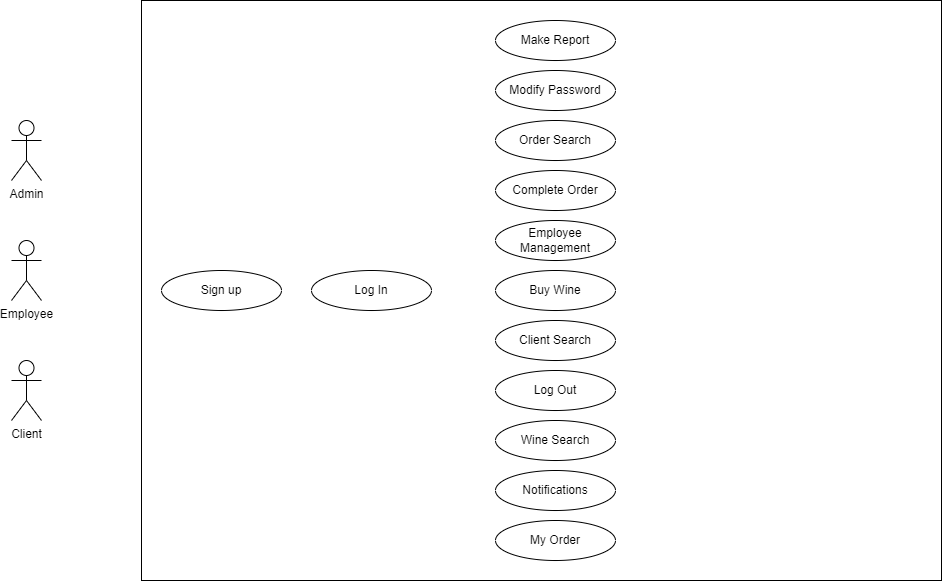
This is Documentazione/Usecase.drawio.png from FedericoRisoli/Assegnamento, a draw.io export, as it was before one commit. Source tidied: cells renumbered, new cells last; positions are measured from the earlier drawing's top-left corner, leaving out a move shared by most shapes.
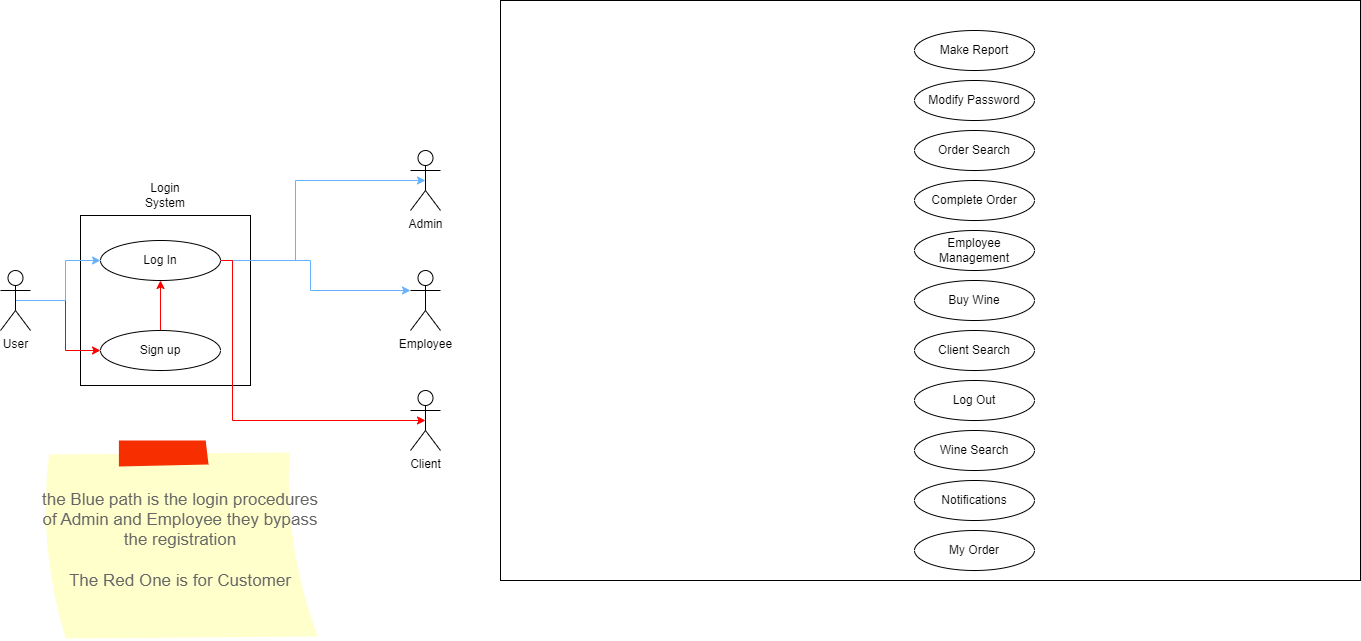
After the change.

The edit, as a diff of the source:
```diff
@@ -2,26 +2,51 @@
   <root>
     <mxCell id="0" />
     <mxCell id="1" parent="0" />
+    <mxCell id="19" style="rounded=0;whiteSpace=wrap;html=1;" parent="1" vertex="1">
+      <mxGeometry x="-350" y="205" width="170" height="170" as="geometry" />
+    </mxCell>
+    <mxCell id="5" style="rounded=0;whiteSpace=wrap;html=1;" parent="1" vertex="1">
+      <mxGeometry x="70" y="-10" width="860" height="580" as="geometry" />
+    </mxCell>
     <mxCell id="2" value="Admin" style="shape=umlActor;verticalLabelPosition=bottom;verticalAlign=top;html=1;outlineConnect=0;" parent="1" vertex="1">
-      <mxGeometry y="120" width="30" height="60" as="geometry" />
+      <mxGeometry x="-20" y="140" width="30" height="60" as="geometry" />
     </mxCell>
     <mxCell id="3" value="Employee" style="shape=umlActor;verticalLabelPosition=bottom;verticalAlign=top;html=1;outlineConnect=0;" parent="1" vertex="1">
-      <mxGeometry y="240" width="30" height="60" as="geometry" />
+      <mxGeometry x="-20" y="260" width="30" height="60" as="geometry" />
     </mxCell>
     <mxCell id="4" value="Client&lt;br&gt;" style="shape=umlActor;verticalLabelPosition=bottom;verticalAlign=top;html=1;outlineConnect=0;" parent="1" vertex="1">
-      <mxGeometry y="360" width="30" height="60" as="geometry" />
+      <mxGeometry x="-20" y="380" width="30" height="60" as="geometry" />
     </mxCell>
-    <mxCell id="5" style="rounded=0;whiteSpace=wrap;html=1;" parent="1" vertex="1">
-      <mxGeometry x="130" width="800" height="580" as="geometry" />
-    </mxCell>
     <mxCell id="6" value="Modify Password" style="ellipse;whiteSpace=wrap;html=1;" parent="1" vertex="1">
       <mxGeometry x="484" y="70" width="120" height="40" as="geometry" />
     </mxCell>
     <mxCell id="7" value="My Order" style="ellipse;whiteSpace=wrap;html=1;" parent="1" vertex="1">
       <mxGeometry x="484" y="520" width="120" height="40" as="geometry" />
     </mxCell>
+    <mxCell id="20" style="edgeStyle=orthogonalEdgeStyle;rounded=0;jettySize=auto;html=1;exitX=1;exitY=0.5;exitDx=0;exitDy=0;entryX=0.5;entryY=0.5;entryDx=0;entryDy=0;entryPerimeter=0;strokeColor=#66B2FF;" parent="1" edge="1" source="8" target="2">
+      <mxGeometry relative="1" as="geometry">
+        <Array as="points">
+          <mxPoint x="-135" y="170" />
+        </Array>
+      </mxGeometry>
+    </mxCell>
+    <mxCell id="21" style="edgeStyle=orthogonalEdgeStyle;rounded=0;jettySize=auto;html=1;exitX=1;exitY=0.5;exitDx=0;exitDy=0;strokeColor=#66B2FF;entryX=0;entryY=0.3333333333333333;entryDx=0;entryDy=0;entryPerimeter=0;" parent="1" edge="1" source="8" target="3">
+      <mxGeometry relative="1" as="geometry">
+        <Array as="points">
+          <mxPoint x="-120" y="250" />
+          <mxPoint x="-120" y="280" />
+        </Array>
+      </mxGeometry>
+    </mxCell>
+    <mxCell id="22" style="edgeStyle=orthogonalEdgeStyle;rounded=0;jettySize=auto;html=1;exitX=1;exitY=0.5;exitDx=0;exitDy=0;entryX=0.5;entryY=0.5;entryDx=0;entryDy=0;entryPerimeter=0;strokeColor=#FF0000;" parent="1" edge="1" source="8" target="4">
+      <mxGeometry relative="1" as="geometry">
+        <Array as="points">
+          <mxPoint x="-198" y="410" />
+        </Array>
+      </mxGeometry>
+    </mxCell>
     <mxCell id="8" value="Log In" style="ellipse;whiteSpace=wrap;html=1;" parent="1" vertex="1">
-      <mxGeometry x="300" y="270" width="120" height="40" as="geometry" />
+      <mxGeometry x="-330" y="230" width="120" height="40" as="geometry" />
     </mxCell>
     <mxCell id="9" value="Wine Search" style="ellipse;whiteSpace=wrap;html=1;" parent="1" vertex="1">
       <mxGeometry x="484" y="420" width="120" height="40" as="geometry" />
@@ -50,8 +75,26 @@
     <mxCell id="17" value="Buy Wine" style="ellipse;whiteSpace=wrap;html=1;" parent="1" vertex="1">
       <mxGeometry x="484" y="270" width="120" height="40" as="geometry" />
     </mxCell>
+    <mxCell id="23" style="edgeStyle=orthogonalEdgeStyle;rounded=0;jettySize=auto;html=1;exitX=0.5;exitY=0;exitDx=0;exitDy=0;strokeColor=#FF0000;" parent="1" edge="1" source="18" target="8">
+      <mxGeometry relative="1" as="geometry" />
+    </mxCell>
     <mxCell id="18" value="Sign up" style="ellipse;whiteSpace=wrap;html=1;" parent="1" vertex="1">
-      <mxGeometry x="150" y="270" width="120" height="40" as="geometry" />
+      <mxGeometry x="-330" y="320" width="120" height="40" as="geometry" />
     </mxCell>
+    <mxCell id="24" style="edgeStyle=orthogonalEdgeStyle;rounded=0;jettySize=auto;html=1;exitX=0.5;exitY=0.5;exitDx=0;exitDy=0;exitPerimeter=0;entryX=0;entryY=0.5;entryDx=0;entryDy=0;strokeColor=#FF0000;" parent="1" edge="1" source="26" target="18">
+      <mxGeometry relative="1" as="geometry" />
+    </mxCell>
+    <mxCell id="25" style="edgeStyle=orthogonalEdgeStyle;rounded=0;jettySize=auto;html=1;exitX=0.5;exitY=0.5;exitDx=0;exitDy=0;exitPerimeter=0;entryX=0;entryY=0.5;entryDx=0;entryDy=0;fillColor=#3399FF;strokeColor=#66B2FF;" parent="1" edge="1" source="26" target="8">
+      <mxGeometry relative="1" as="geometry" />
+    </mxCell>
+    <mxCell id="26" value="User" style="shape=umlActor;verticalLabelPosition=bottom;verticalAlign=top;html=1;outlineConnect=0;" parent="1" vertex="1">
+      <mxGeometry x="-430" y="260" width="30" height="60" as="geometry" />
+    </mxCell>
+    <mxCell id="27" value="Login System" style="text;html=1;strokeColor=none;fillColor=none;align=center;verticalAlign=middle;whiteSpace=wrap;rounded=0;" parent="1" vertex="1">
+      <mxGeometry x="-295" y="170" width="60" height="30" as="geometry" />
+    </mxCell>
+    <mxCell id="28" value="the Blue path is the login procedures of Admin and Employee they bypass the registration&lt;br&gt;&lt;br&gt;The Red One is for Customer" style="strokeWidth=1;shadow=0;dashed=0;align=center;html=1;shape=mxgraph.mockup.text.stickyNote2;fontColor=#666666;mainText=;fontSize=17;whiteSpace=wrap;fillColor=#ffffcc;strokeColor=#F62E00;" parent="1" vertex="1">
+      <mxGeometry x="-390" y="430" width="280" height="200" as="geometry" />
+    </mxCell>
   </root>
 </mxGraphModel>
```
